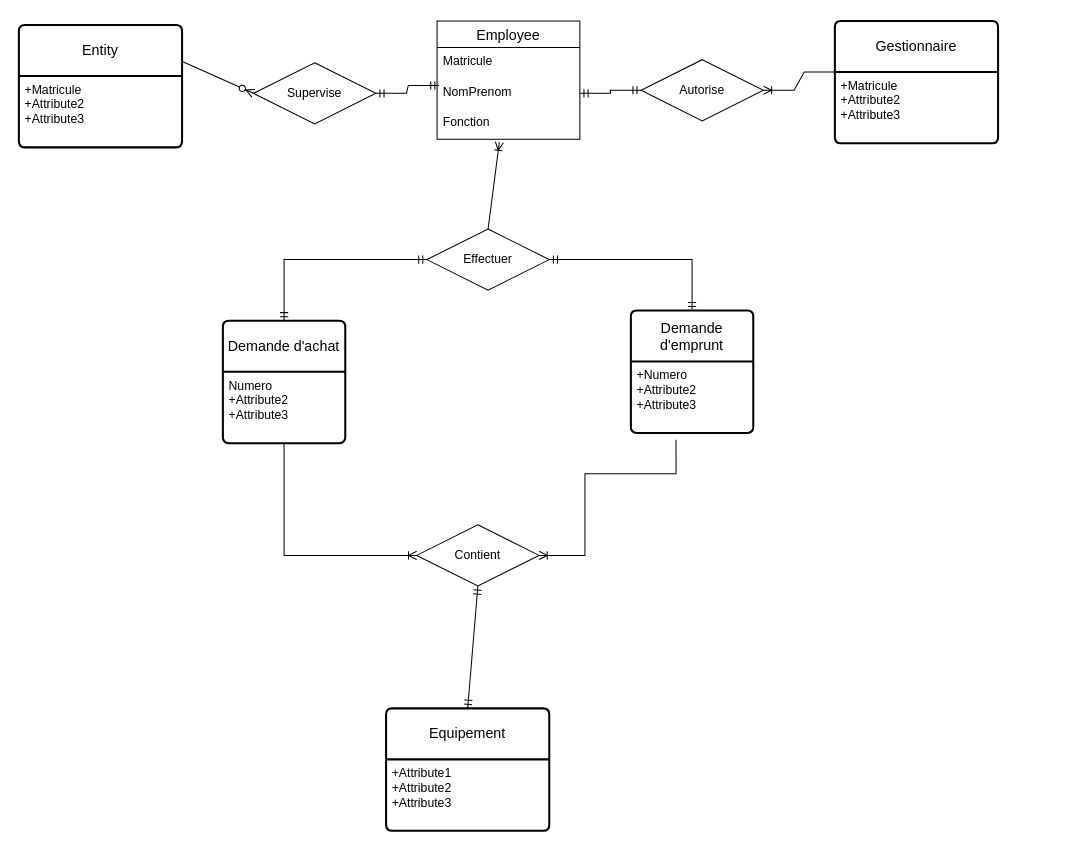
Before: use case.drawio in ManuSquall/analyzGraph, a draw.io diagram. Source tidied: cells renumbered, new cells numbered last; positions are measured from the earlier drawing's top-left corner, leaving out a move shared by most shapes. Both pictures are drawn from the tidied source at 102%, with x=0, y=0 at pixel (18, 20).
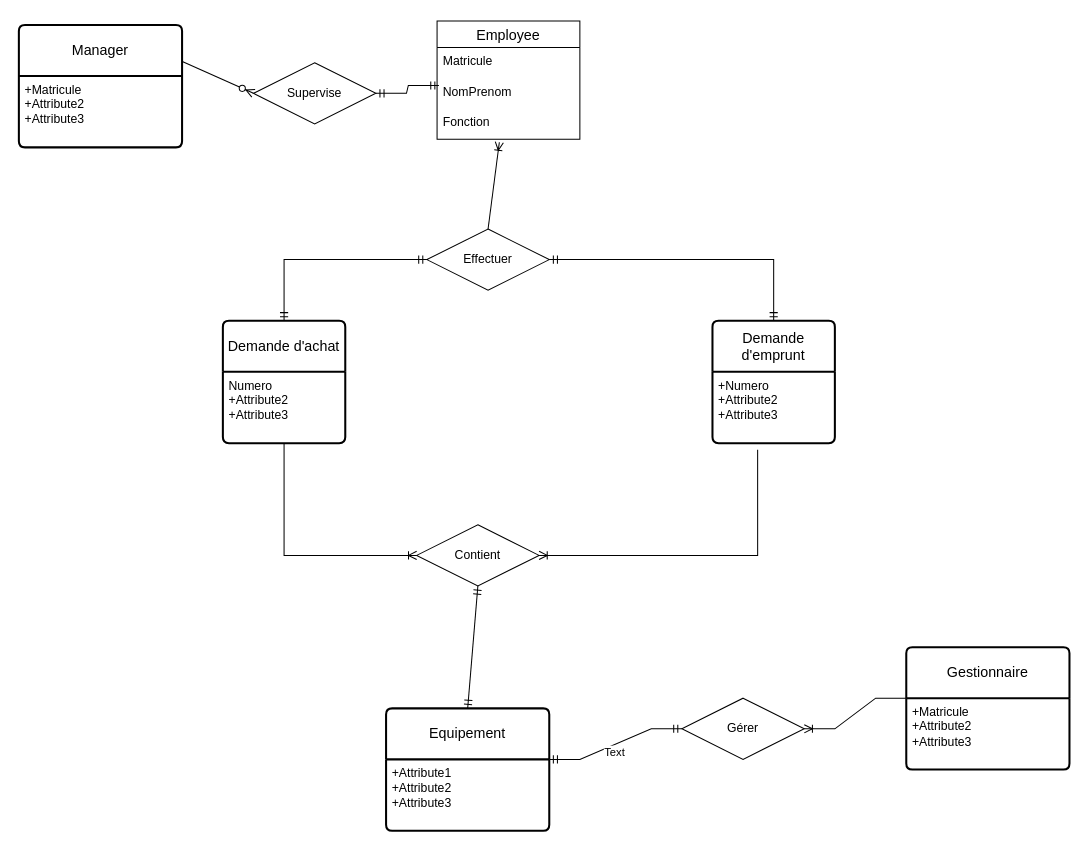
The same page after the edit.

The change refers to these unchanged cells:
```xml
<mxCell id="6" value="NomPrenom" style="text;strokeColor=none;fillColor=none;spacingLeft=4;spacingRight=4;overflow=hidden;points=[[0,0.5],[1,0.5]];portConstraint=eastwest;fontSize=12;whiteSpace=wrap;html=1;" parent="4" vertex="1">
  <mxGeometry y="56" width="140" height="30" as="geometry" />
</mxCell>
<mxCell id="11" value="+Numero&lt;br&gt;+Attribute2&lt;br&gt;+Attribute3" style="align=left;strokeColor=none;fillColor=none;spacingLeft=4;fontSize=12;verticalAlign=top;html=1;" parent="10" vertex="1">
  <mxGeometry y="50" width="120" height="70" as="geometry" />
</mxCell>
<mxCell id="17" value="Contient" style="shape=rhombus;perimeter=rhombusPerimeter;whiteSpace=wrap;html=1;align=center;" parent="1" vertex="1">
  <mxGeometry x="390" y="494" width="120" height="60" as="geometry" />
</mxCell>
<mxCell id="27" value="+Attribute1&#10;+Attribute2&#10;+Attribute3" style="align=left;strokeColor=none;fillColor=none;spacingLeft=4;fontSize=12;verticalAlign=top;html=1;" parent="26" vertex="1">
  <mxGeometry y="50" width="160" height="70" as="geometry" />
</mxCell>
```

The edit, as a diff of the source:
```diff
@@
     <mxCell id="10" value="Demande d'emprunt" style="swimlane;horizontal=1;startSize=50;rounded=1;fontSize=14;fontStyle=0;strokeWidth=2;shadow=0;dashed=0;align=center;arcSize=4;whiteSpace=wrap;html=1;" parent="1" vertex="1">
-      <mxGeometry x="600" y="284" width="120" height="120" as="geometry" />
+      <mxGeometry x="680" y="294" width="120" height="120" as="geometry" />
     </mxCell>
@@
     <mxCell id="19" style="edgeStyle=orthogonalEdgeStyle;fontSize=12;html=1;endArrow=ERoneToMany;rounded=0;exitX=0.369;exitY=1.093;exitDx=0;exitDy=0;entryX=1;entryY=0.5;entryDx=0;entryDy=0;exitPerimeter=0;" parent="1" edge="1" source="11" target="17">
       <mxGeometry relative="1" as="geometry">
         <Array as="points">
-          <mxPoint x="644" y="444" />
-          <mxPoint x="555" y="444" />
-          <mxPoint x="555" y="524" />
+          <mxPoint x="724" y="524" />
         </Array>
       </mxGeometry>
     </mxCell>
@@
-    <mxCell id="21" value="Autorise" style="shape=rhombus;perimeter=rhombusPerimeter;whiteSpace=wrap;html=1;align=center;" parent="1" vertex="1">
-      <mxGeometry x="610" y="38" width="120" height="60" as="geometry" />
+    <mxCell id="21" value="Gérer" style="shape=rhombus;perimeter=rhombusPerimeter;whiteSpace=wrap;html=1;align=center;" parent="1" vertex="1">
+      <mxGeometry x="650" y="664" width="120" height="60" as="geometry" />
     </mxCell>
-    <mxCell id="22" style="edgeStyle=entityRelationEdgeStyle;fontSize=12;html=1;endArrow=ERmandOne;startArrow=ERmandOne;rounded=0;entryX=0;entryY=0.5;entryDx=0;entryDy=0;exitX=1;exitY=0.5;exitDx=0;exitDy=0;" parent="1" edge="1" source="6" target="21">
+    <mxCell id="22" style="edgeStyle=entityRelationEdgeStyle;fontSize=12;html=1;endArrow=ERmandOne;startArrow=ERmandOne;rounded=0;entryX=0;entryY=0.5;entryDx=0;entryDy=0;exitX=1;exitY=0;exitDx=0;exitDy=0;" parent="1" edge="1" source="27" target="21">
       <mxGeometry relative="1" as="geometry" />
     </mxCell>
+    <mxCell id="30" value="Text" style="edgeLabel;html=1;align=center;verticalAlign=middle;" parent="22" vertex="1">
+      <mxGeometry x="-0.08" y="-6" relative="1" as="geometry">
+        <mxPoint x="1" as="offset" />
+      </mxGeometry>
+    </mxCell>
     <mxCell id="23" value="Gestionnaire" style="swimlane;horizontal=1;startSize=50;rounded=1;fontSize=14;fontStyle=0;strokeWidth=2;shadow=0;dashed=0;align=center;arcSize=4;whiteSpace=wrap;html=1;" parent="1" vertex="1">
-      <mxGeometry x="800" width="160" height="120" as="geometry" />
+      <mxGeometry x="870" y="614" width="160" height="120" as="geometry" />
     </mxCell>
@@
-    <mxCell id="28" value="Entity" style="swimlane;horizontal=1;startSize=50;rounded=1;fontSize=14;fontStyle=0;strokeWidth=2;shadow=0;dashed=0;align=center;arcSize=4;whiteSpace=wrap;html=1;" parent="1" vertex="1">
+    <mxCell id="28" value="Manager" style="swimlane;horizontal=1;startSize=50;rounded=1;fontSize=14;fontStyle=0;strokeWidth=2;shadow=0;dashed=0;align=center;arcSize=4;whiteSpace=wrap;html=1;" parent="1" vertex="1">
       <mxGeometry y="4" width="160" height="120" as="geometry" />
     </mxCell>
```
